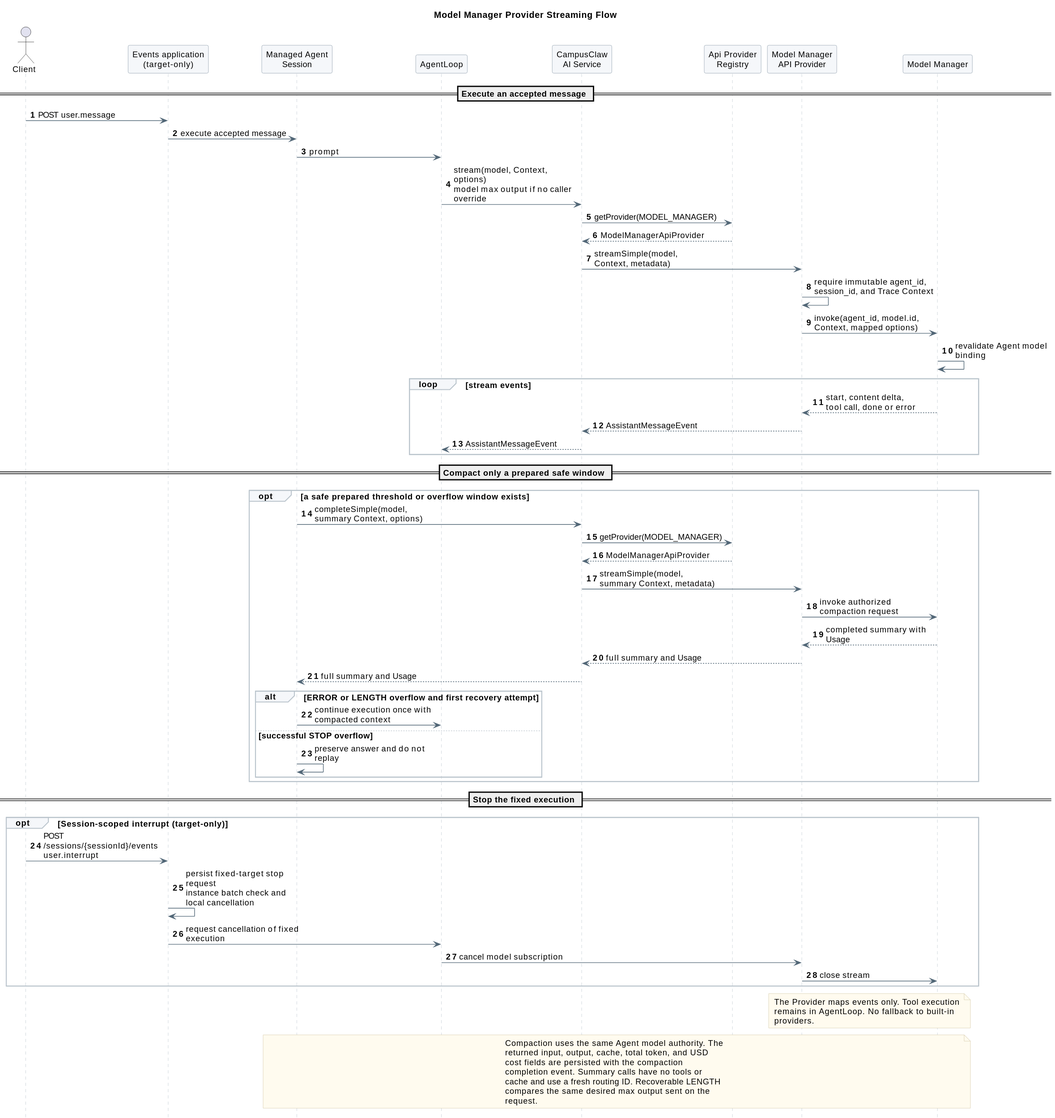
The PlantUML diagram 01-总体架构/01-CampusClaw多Agent运行时/设计图/模型管理/model_manager_streaming_flow.svg in ssm0808/pi-mono-java-design, before a commit.
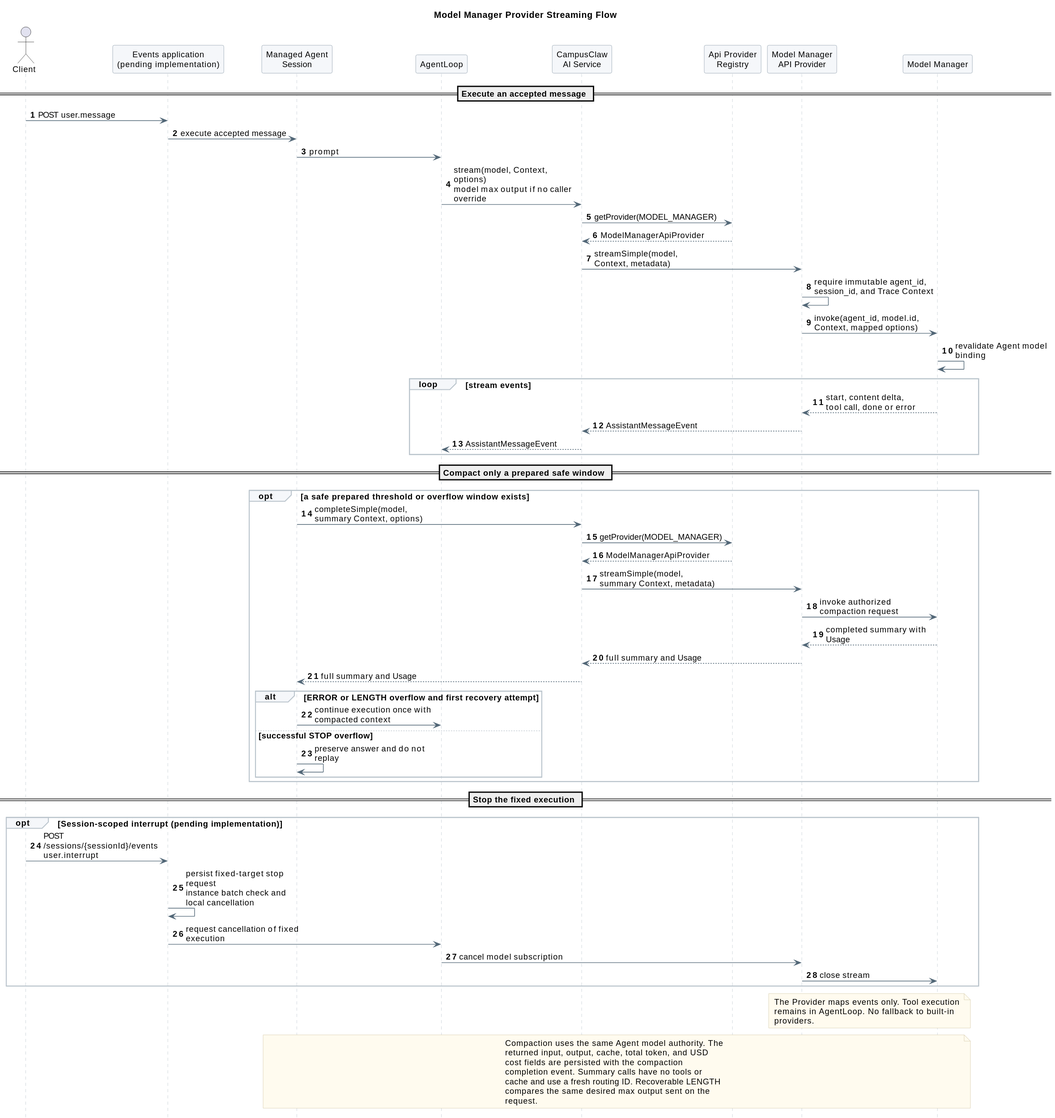
After the commit.

What changed in the source:
```diff
@@ -20,7 +20,7 @@
 
 
 actor Client
-participant "Events application\n(target-only)" as Events
+participant "Events application\n(pending implementation)" as Events
 participant "Managed Agent\nSession" as Session
 participant "AgentLoop" as Loop
 participant "CampusClaw\nAI Service" as AiService
@@ -64,7 +64,7 @@
 end
 
 == Stop the fixed execution ==
-opt Session-scoped interrupt (target-only)
+opt Session-scoped interrupt (pending implementation)
   Client -> Events : POST /sessions/{sessionId}/events\nuser.interrupt
   Events -> Events : persist fixed-target stop request\ninstance batch check and local cancellation
   Events -> Loop : request cancellation of fixed execution
```
